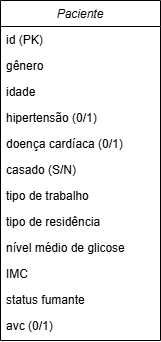
Earlier version of the draw.io export docs/Modelo Conceitual (DER).png (adriellebs/projeto_avc). Source tidied: cells renumbered, new cells last; positions are measured from the earlier drawing's top-left corner, leaving out a move shared by most shapes.
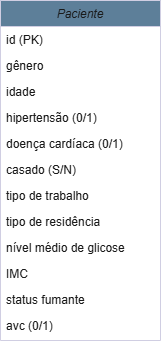
Above is the later version.

Commit message:
Ajustes no modelo

The edit, as a diff of the source:
```diff
@@ -2,43 +2,43 @@
   <root>
     <mxCell id="0" />
     <mxCell id="1" parent="0" />
-    <mxCell id="2" value="Paciente" style="swimlane;fontStyle=2;align=center;verticalAlign=top;horizontal=1;startSize=26;rounded=0;shadow=0;strokeWidth=1;" parent="1" vertex="1">
+    <mxCell id="2" value="Paciente" style="swimlane;fontStyle=2;align=center;verticalAlign=top;horizontal=1;startSize=26;rounded=0;shadow=0;strokeWidth=1;labelBackgroundColor=none;fillColor=#5D7F99;strokeColor=#D0CEE2;fontColor=#1A1A1A;" parent="1" vertex="1">
       <mxGeometry width="160" height="340" as="geometry" />
     </mxCell>
-    <mxCell id="3" value="id (PK)" style="text;align=left;verticalAlign=top;spacingLeft=4;spacingRight=4;overflow=hidden;" parent="2" vertex="1">
+    <mxCell id="3" value="id (PK)" style="text;align=left;verticalAlign=top;spacingLeft=4;spacingRight=4;overflow=hidden;labelBackgroundColor=none;fontColor=#1A1A1A;" parent="2" vertex="1">
       <mxGeometry y="26" width="160" height="26" as="geometry" />
     </mxCell>
-    <mxCell id="4" value="gênero" style="text;align=left;verticalAlign=top;spacingLeft=4;spacingRight=4;overflow=hidden;rounded=0;shadow=0;html=0;" parent="2" vertex="1">
+    <mxCell id="4" value="gênero" style="text;align=left;verticalAlign=top;spacingLeft=4;spacingRight=4;overflow=hidden;rounded=0;shadow=0;html=0;labelBackgroundColor=none;fontColor=#1A1A1A;" parent="2" vertex="1">
       <mxGeometry y="52" width="160" height="26" as="geometry" />
     </mxCell>
-    <mxCell id="5" value="idade&#10;" style="text;align=left;verticalAlign=top;spacingLeft=4;spacingRight=4;overflow=hidden;rounded=0;shadow=0;html=0;" parent="2" vertex="1">
+    <mxCell id="5" value="idade&#10;" style="text;align=left;verticalAlign=top;spacingLeft=4;spacingRight=4;overflow=hidden;rounded=0;shadow=0;html=0;labelBackgroundColor=none;fontColor=#1A1A1A;" parent="2" vertex="1">
       <mxGeometry y="78" width="160" height="26" as="geometry" />
     </mxCell>
-    <mxCell id="6" value="hipertensão (0/1)" style="text;align=left;verticalAlign=top;spacingLeft=4;spacingRight=4;overflow=hidden;rounded=0;shadow=0;html=0;" parent="2" vertex="1">
+    <mxCell id="6" value="hipertensão (0/1)" style="text;align=left;verticalAlign=top;spacingLeft=4;spacingRight=4;overflow=hidden;rounded=0;shadow=0;html=0;labelBackgroundColor=none;fontColor=#1A1A1A;" parent="2" vertex="1">
       <mxGeometry y="104" width="160" height="26" as="geometry" />
     </mxCell>
-    <mxCell id="7" value="doença cardíaca (0/1)" style="text;align=left;verticalAlign=top;spacingLeft=4;spacingRight=4;overflow=hidden;rounded=0;shadow=0;html=0;" parent="2" vertex="1">
+    <mxCell id="7" value="doença cardíaca (0/1)" style="text;align=left;verticalAlign=top;spacingLeft=4;spacingRight=4;overflow=hidden;rounded=0;shadow=0;html=0;labelBackgroundColor=none;fontColor=#1A1A1A;" parent="2" vertex="1">
       <mxGeometry y="130" width="160" height="26" as="geometry" />
     </mxCell>
-    <mxCell id="8" value="casado (S/N)" style="text;align=left;verticalAlign=top;spacingLeft=4;spacingRight=4;overflow=hidden;rounded=0;shadow=0;html=0;" parent="2" vertex="1">
+    <mxCell id="8" value="casado (S/N)" style="text;align=left;verticalAlign=top;spacingLeft=4;spacingRight=4;overflow=hidden;rounded=0;shadow=0;html=0;labelBackgroundColor=none;fontColor=#1A1A1A;" parent="2" vertex="1">
       <mxGeometry y="156" width="160" height="26" as="geometry" />
     </mxCell>
-    <mxCell id="9" value="tipo de trabalho" style="text;align=left;verticalAlign=top;spacingLeft=4;spacingRight=4;overflow=hidden;rounded=0;shadow=0;html=0;" parent="2" vertex="1">
+    <mxCell id="9" value="tipo de trabalho" style="text;align=left;verticalAlign=top;spacingLeft=4;spacingRight=4;overflow=hidden;rounded=0;shadow=0;html=0;labelBackgroundColor=none;fontColor=#1A1A1A;" parent="2" vertex="1">
       <mxGeometry y="182" width="160" height="26" as="geometry" />
     </mxCell>
-    <mxCell id="10" value="tipo de residência" style="text;align=left;verticalAlign=top;spacingLeft=4;spacingRight=4;overflow=hidden;rounded=0;shadow=0;html=0;" parent="2" vertex="1">
+    <mxCell id="10" value="tipo de residência" style="text;align=left;verticalAlign=top;spacingLeft=4;spacingRight=4;overflow=hidden;rounded=0;shadow=0;html=0;labelBackgroundColor=none;fontColor=#1A1A1A;" parent="2" vertex="1">
       <mxGeometry y="208" width="160" height="26" as="geometry" />
     </mxCell>
-    <mxCell id="11" value="nível médio de glicose" style="text;align=left;verticalAlign=top;spacingLeft=4;spacingRight=4;overflow=hidden;rounded=0;shadow=0;html=0;" parent="2" vertex="1">
+    <mxCell id="11" value="nível médio de glicose" style="text;align=left;verticalAlign=top;spacingLeft=4;spacingRight=4;overflow=hidden;rounded=0;shadow=0;html=0;labelBackgroundColor=none;fontColor=#1A1A1A;" parent="2" vertex="1">
       <mxGeometry y="234" width="160" height="26" as="geometry" />
     </mxCell>
-    <mxCell id="12" value="IMC" style="text;align=left;verticalAlign=top;spacingLeft=4;spacingRight=4;overflow=hidden;rounded=0;shadow=0;html=0;" parent="2" vertex="1">
+    <mxCell id="12" value="IMC" style="text;align=left;verticalAlign=top;spacingLeft=4;spacingRight=4;overflow=hidden;rounded=0;shadow=0;html=0;labelBackgroundColor=none;fontColor=#1A1A1A;" parent="2" vertex="1">
       <mxGeometry y="260" width="160" height="26" as="geometry" />
     </mxCell>
-    <mxCell id="13" value="status fumante" style="text;align=left;verticalAlign=top;spacingLeft=4;spacingRight=4;overflow=hidden;rounded=0;shadow=0;html=0;" parent="2" vertex="1">
+    <mxCell id="13" value="status fumante" style="text;align=left;verticalAlign=top;spacingLeft=4;spacingRight=4;overflow=hidden;rounded=0;shadow=0;html=0;labelBackgroundColor=none;fontColor=#1A1A1A;" parent="2" vertex="1">
       <mxGeometry y="286" width="160" height="26" as="geometry" />
     </mxCell>
-    <mxCell id="14" value="avc (0/1)" style="text;align=left;verticalAlign=top;spacingLeft=4;spacingRight=4;overflow=hidden;rounded=0;shadow=0;html=0;" parent="2" vertex="1">
+    <mxCell id="14" value="avc (0/1)" style="text;align=left;verticalAlign=top;spacingLeft=4;spacingRight=4;overflow=hidden;rounded=0;shadow=0;html=0;labelBackgroundColor=none;fontColor=#1A1A1A;" parent="2" vertex="1">
       <mxGeometry y="312" width="160" height="26" as="geometry" />
     </mxCell>
   </root>
```
